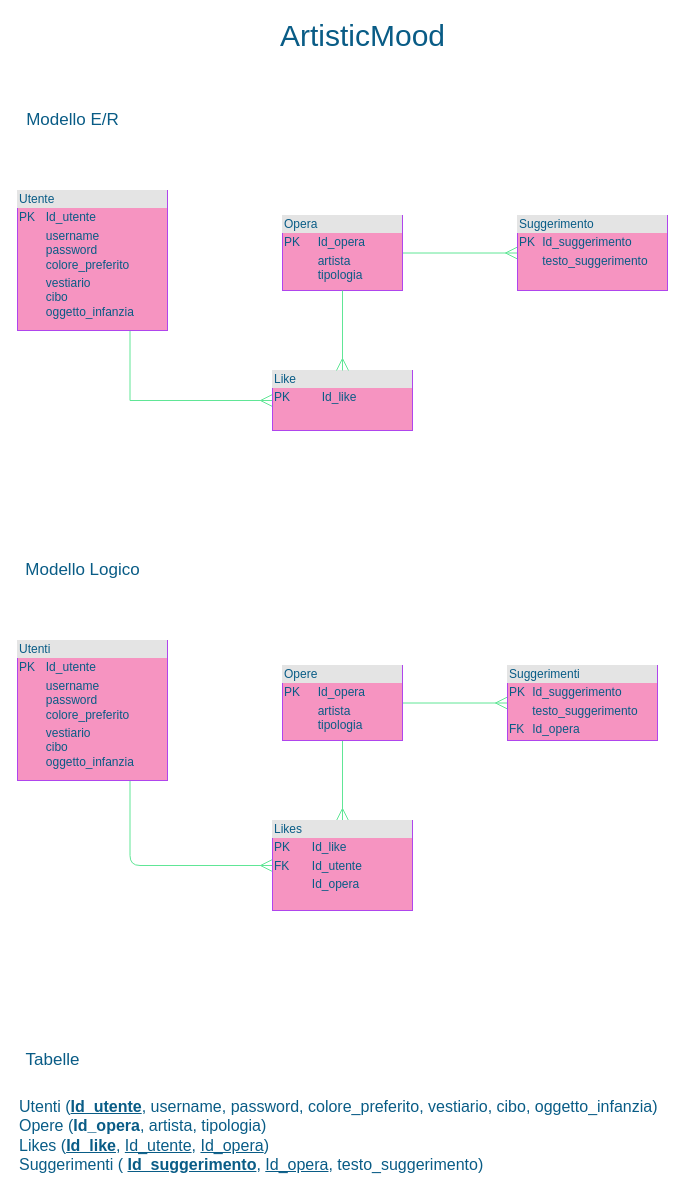
Before: ArtisticMood.drawio in ChiaraGismondi02/ArtisticMood, a draw.io diagram. Source tidied: cells renumbered, new cells numbered last; positions are measured from the earlier drawing's top-left corner, leaving out a move shared by most shapes. Both pictures are drawn from the tidied source at 100%, with x=0, y=0 at pixel (17, 20).
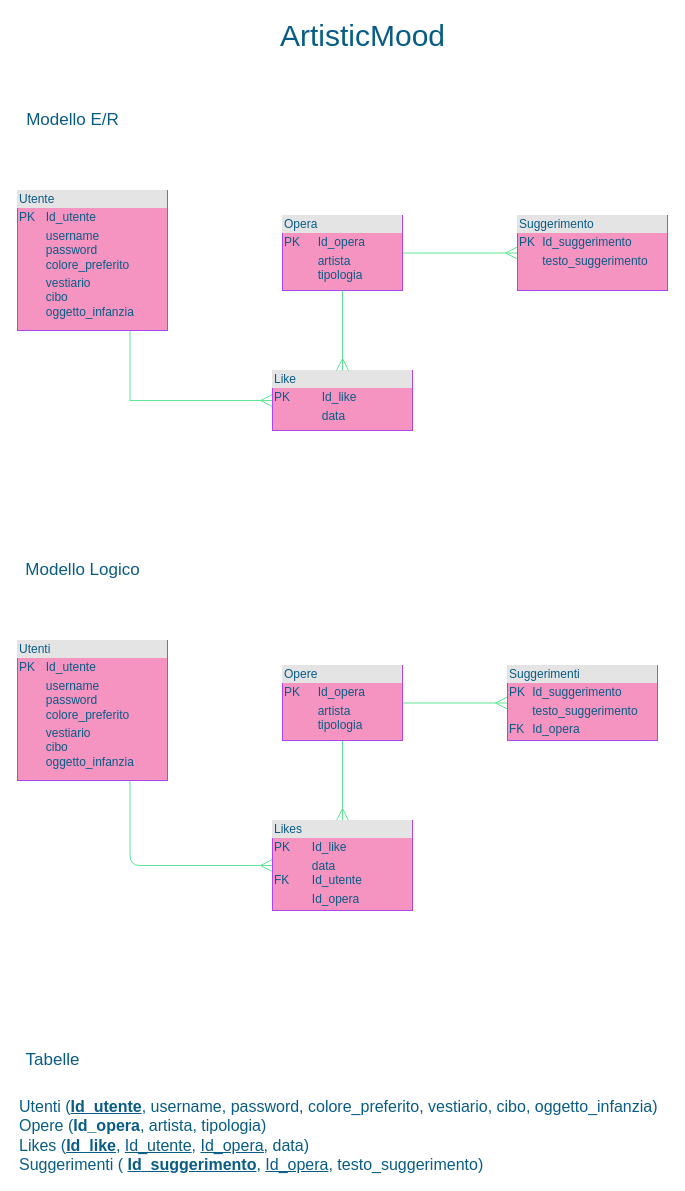
Above is the later version.

Diff of the diagram source:
```diff
@@
-    <mxCell id="6" value="&lt;div style=&quot;box-sizing: border-box ; width: 100% ; background: #e4e4e4 ; padding: 2px&quot;&gt;Like&lt;/div&gt;&lt;table style=&quot;width: 100% ; font-size: 1em&quot; cellpadding=&quot;2&quot; cellspacing=&quot;0&quot;&gt;&lt;tbody&gt;&lt;tr&gt;&lt;td&gt;PK&lt;/td&gt;&lt;td&gt;Id_like&lt;/td&gt;&lt;/tr&gt;&lt;tr&gt;&lt;td&gt;&lt;br&gt;&lt;/td&gt;&lt;td&gt;&lt;br&gt;&lt;/td&gt;&lt;/tr&gt;&lt;tr&gt;&lt;td&gt;&lt;/td&gt;&lt;td&gt;&lt;br&gt;&lt;/td&gt;&lt;/tr&gt;&lt;/tbody&gt;&lt;/table&gt;" style="verticalAlign=top;align=left;overflow=fill;html=1;fillColor=#F694C1;strokeColor=#AF45ED;fontColor=#095C86;" parent="1" vertex="1">
+    <mxCell id="6" value="&lt;div style=&quot;box-sizing: border-box ; width: 100% ; background: #e4e4e4 ; padding: 2px&quot;&gt;Like&lt;/div&gt;&lt;table style=&quot;width: 100% ; font-size: 1em&quot; cellpadding=&quot;2&quot; cellspacing=&quot;0&quot;&gt;&lt;tbody&gt;&lt;tr&gt;&lt;td&gt;PK&lt;/td&gt;&lt;td&gt;Id_like&lt;/td&gt;&lt;/tr&gt;&lt;tr&gt;&lt;td&gt;&lt;br&gt;&lt;/td&gt;&lt;td&gt;data&lt;/td&gt;&lt;/tr&gt;&lt;tr&gt;&lt;td&gt;&lt;/td&gt;&lt;td&gt;&lt;br&gt;&lt;/td&gt;&lt;/tr&gt;&lt;/tbody&gt;&lt;/table&gt;" style="verticalAlign=top;align=left;overflow=fill;html=1;fillColor=#F694C1;strokeColor=#AF45ED;fontColor=#095C86;" parent="1" vertex="1">
       <mxGeometry x="255" y="350" width="140" height="60" as="geometry" />
     </mxCell>
@@
-    <mxCell id="16" value="&lt;div style=&quot;box-sizing: border-box ; width: 100% ; background: #e4e4e4 ; padding: 2px&quot;&gt;Likes&lt;/div&gt;&lt;table style=&quot;width: 100% ; font-size: 1em&quot; cellpadding=&quot;2&quot; cellspacing=&quot;0&quot;&gt;&lt;tbody&gt;&lt;tr&gt;&lt;td&gt;PK&lt;/td&gt;&lt;td&gt;Id_like&lt;/td&gt;&lt;/tr&gt;&lt;tr&gt;&lt;td&gt;FK&lt;/td&gt;&lt;td&gt;Id_utente&lt;/td&gt;&lt;/tr&gt;&lt;tr&gt;&lt;td&gt;&lt;/td&gt;&lt;td&gt;Id_opera&lt;/td&gt;&lt;/tr&gt;&lt;/tbody&gt;&lt;/table&gt;" style="verticalAlign=top;align=left;overflow=fill;html=1;fillColor=#F694C1;strokeColor=#AF45ED;fontColor=#095C86;" parent="1" vertex="1">
+    <mxCell id="16" value="&lt;div style=&quot;box-sizing: border-box ; width: 100% ; background: #e4e4e4 ; padding: 2px&quot;&gt;Likes&lt;/div&gt;&lt;table style=&quot;width: 100% ; font-size: 1em&quot; cellpadding=&quot;2&quot; cellspacing=&quot;0&quot;&gt;&lt;tbody&gt;&lt;tr&gt;&lt;td&gt;PK&lt;/td&gt;&lt;td&gt;Id_like&lt;/td&gt;&lt;/tr&gt;&lt;tr&gt;&lt;td&gt;&lt;br&gt;FK&lt;/td&gt;&lt;td&gt;data&lt;br&gt;Id_utente&lt;/td&gt;&lt;/tr&gt;&lt;tr&gt;&lt;td&gt;&lt;/td&gt;&lt;td&gt;Id_opera&lt;/td&gt;&lt;/tr&gt;&lt;/tbody&gt;&lt;/table&gt;" style="verticalAlign=top;align=left;overflow=fill;html=1;fillColor=#F694C1;strokeColor=#AF45ED;fontColor=#095C86;" parent="1" vertex="1">
       <mxGeometry x="255" y="800" width="140" height="90" as="geometry" />
     </mxCell>
@@
-    <mxCell id="18" value="&lt;font style=&quot;font-size: 16px&quot;&gt;Utenti (&lt;u&gt;&lt;b&gt;Id_utente&lt;/b&gt;&lt;/u&gt;, username, password, colore_preferito, vestiario, cibo, oggetto_infanzia)&lt;br&gt;Opere (&lt;b&gt;Id_opera&lt;/b&gt;, artista, tipologia)&lt;br&gt;Likes (&lt;u&gt;&lt;b&gt;Id_like&lt;/b&gt;&lt;/u&gt;, &lt;u&gt;Id_utente&lt;/u&gt;, &lt;u&gt;Id_opera&lt;/u&gt;)&lt;br&gt;Suggerimenti ( &lt;u&gt;&lt;b&gt;Id_suggerimento&lt;/b&gt;&lt;/u&gt;, &lt;u&gt;Id_opera&lt;/u&gt;, testo_suggerimento)&lt;/font&gt;" style="text;html=1;align=left;verticalAlign=middle;fillColor=none;strokeColor=none;rounded=0;sketch=0;fontColor=#095C86;" parent="1" vertex="1">
+    <mxCell id="18" value="&lt;font style=&quot;font-size: 16px&quot;&gt;Utenti (&lt;u&gt;&lt;b&gt;Id_utente&lt;/b&gt;&lt;/u&gt;, username, password, colore_preferito, vestiario, cibo, oggetto_infanzia)&lt;br&gt;Opere (&lt;b&gt;Id_opera&lt;/b&gt;, artista, tipologia)&lt;br&gt;Likes (&lt;u&gt;&lt;b&gt;Id_like&lt;/b&gt;&lt;/u&gt;, &lt;u&gt;Id_utente&lt;/u&gt;, &lt;u&gt;Id_opera,&lt;/u&gt; data)&lt;br&gt;Suggerimenti ( &lt;u&gt;&lt;b&gt;Id_suggerimento&lt;/b&gt;&lt;/u&gt;, &lt;u&gt;Id_opera&lt;/u&gt;, testo_suggerimento)&lt;/font&gt;" style="text;html=1;align=left;verticalAlign=middle;fillColor=none;strokeColor=none;rounded=0;sketch=0;fontColor=#095C86;" parent="1" vertex="1">
       <mxGeometry y="1080" width="650" height="70" as="geometry" />
     </mxCell>
```
